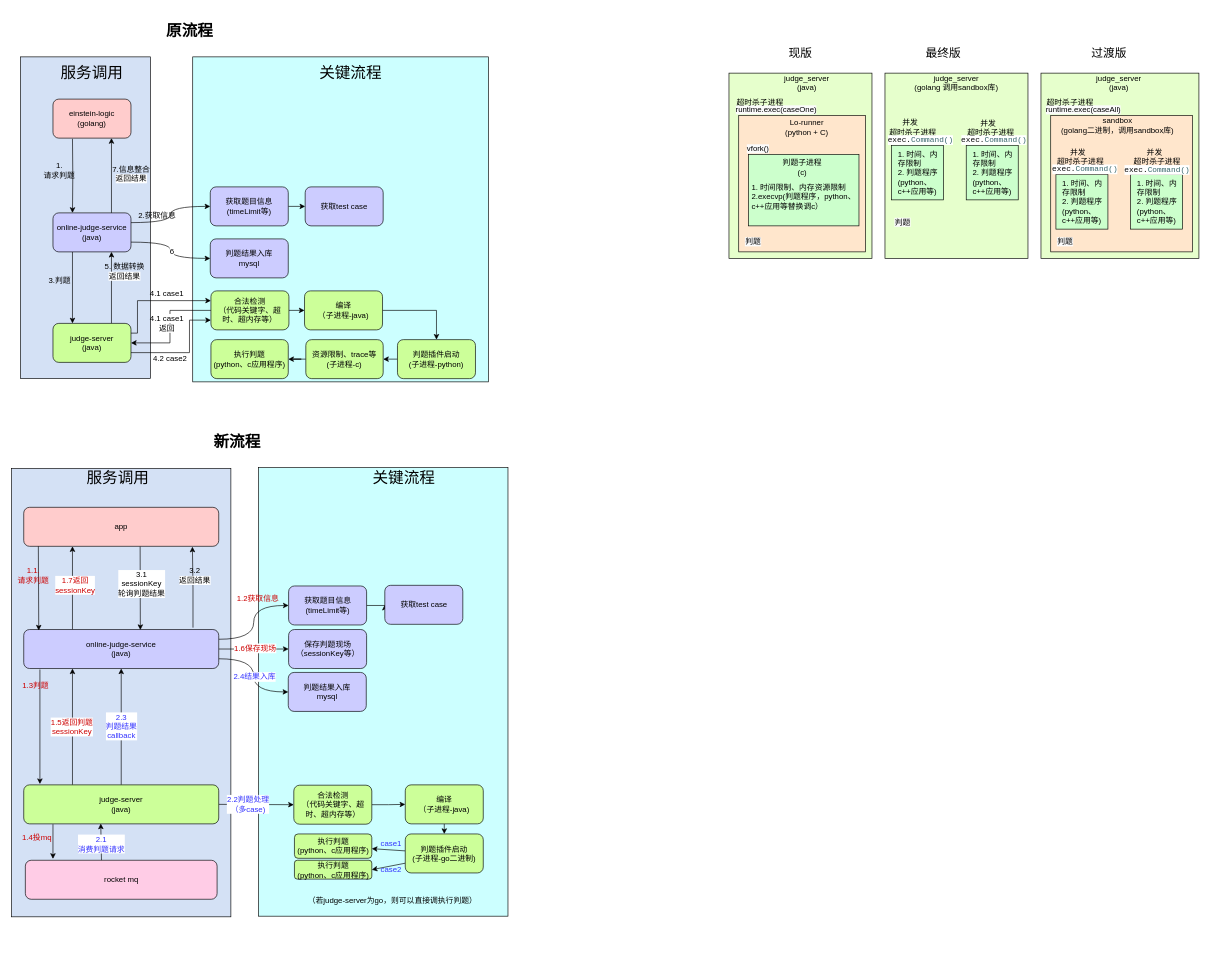
Above: 题库.drawio in xiell2016/hetaoDesign (draw.io), before the change. Source tidied: cells renumbered, new cells numbered last; positions are measured from the earlier drawing's top-left corner, leaving out a move shared by most shapes. Both pictures are drawn from the tidied source at 65%, with x=0, y=0 at pixel (11, 24).
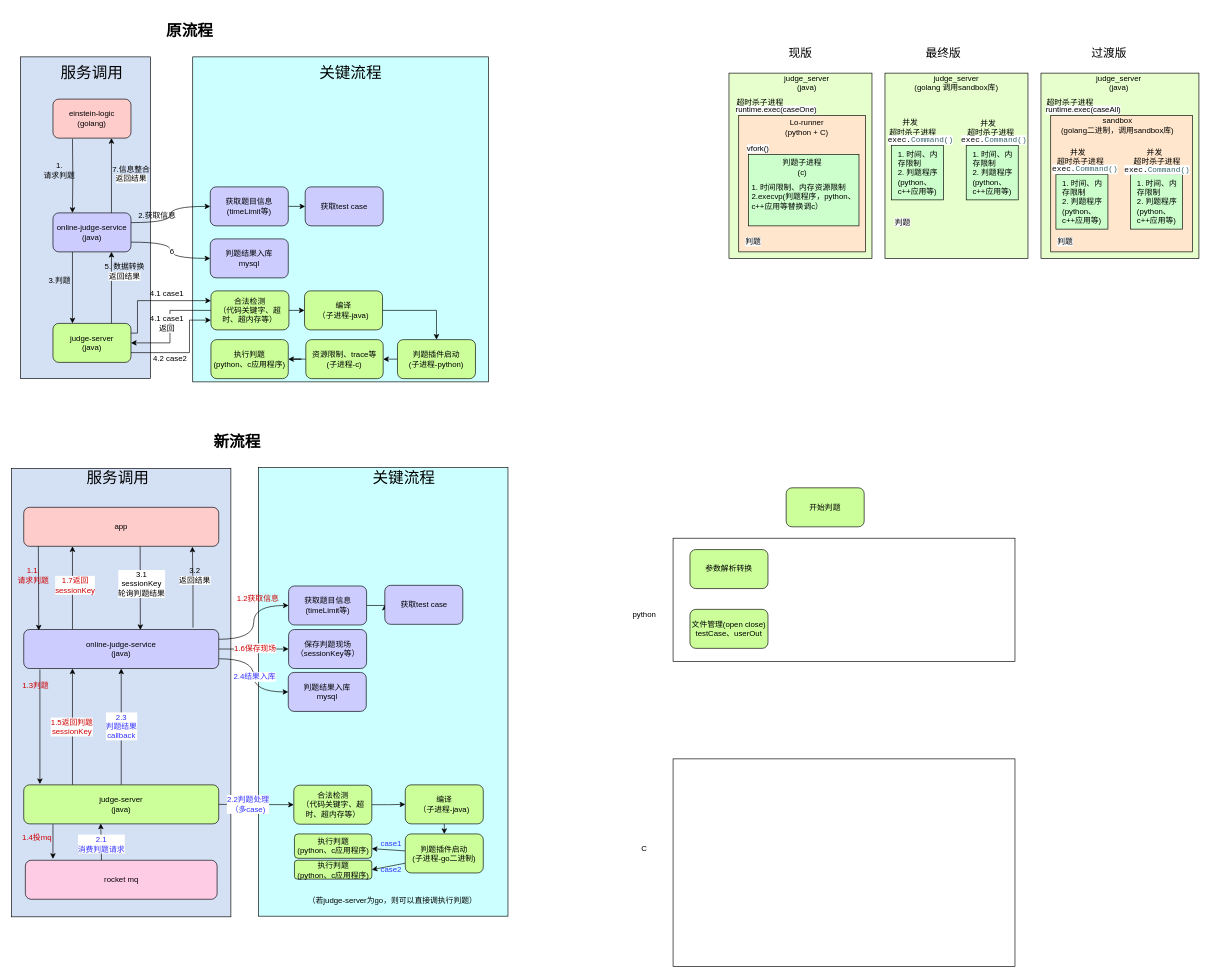
The same diagram, later.

What changed in the source:
```diff
@@
+    <mxCell id="132" value="开始判题" style="rounded=1;whiteSpace=wrap;html=1;fillColor=#CCFF99;" parent="1" vertex="1">
+      <mxGeometry x="1192" y="713" width="120" height="60" as="geometry" />
+    </mxCell>
+    <mxCell id="133" style="rounded=0;whiteSpace=wrap;html=1;" parent="1" vertex="1">
+      <mxGeometry x="1018" y="790.5" width="526" height="189.5" as="geometry" />
+    </mxCell>
+    <mxCell id="134" value="文件管理(open close)&lt;br&gt;testCase、userOut" style="rounded=1;whiteSpace=wrap;html=1;fillColor=#CCFF99;" parent="1" vertex="1">
+      <mxGeometry x="1044" y="900" width="120" height="60" as="geometry" />
+    </mxCell>
+    <mxCell id="135" value="python" style="text;html=1;strokeColor=none;fillColor=none;align=center;verticalAlign=middle;whiteSpace=wrap;rounded=0;" parent="1" vertex="1">
+      <mxGeometry x="944" y="893" width="60" height="30" as="geometry" />
+    </mxCell>
+    <mxCell id="136" style="rounded=0;whiteSpace=wrap;html=1;" parent="1" vertex="1">
+      <mxGeometry x="1018" y="1130" width="526" height="319.5" as="geometry" />
+    </mxCell>
+    <mxCell id="137" value="C" style="text;html=1;strokeColor=none;fillColor=none;align=center;verticalAlign=middle;whiteSpace=wrap;rounded=0;" parent="1" vertex="1">
+      <mxGeometry x="944" y="1253" width="60" height="30" as="geometry" />
+    </mxCell>
+    <mxCell id="138" value="参数解析转换" style="rounded=1;whiteSpace=wrap;html=1;fillColor=#CCFF99;" parent="1" vertex="1">
+      <mxGeometry x="1044" y="808" width="120" height="60" as="geometry" />
+    </mxCell>
```
